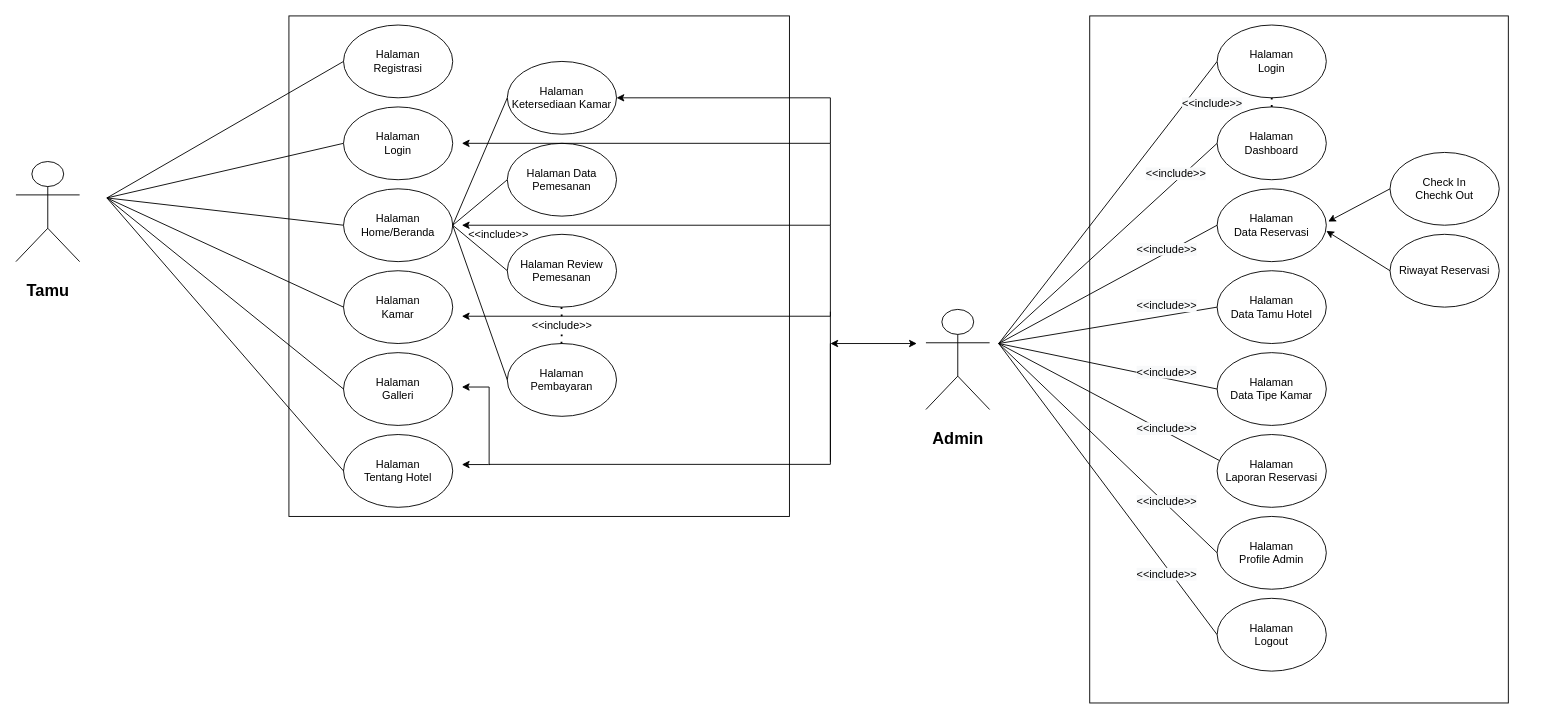
Before: MPA_TGS02_5190411571.drawio in WijayaHendy/http-purwandias.github.io, a draw.io diagram. Source tidied: cells renumbered, new cells numbered last; positions are measured from the earlier drawing's top-left corner, leaving out a move shared by most shapes. Both pictures are drawn from the tidied source at 91%, with x=0, y=0 at pixel (15, 15).
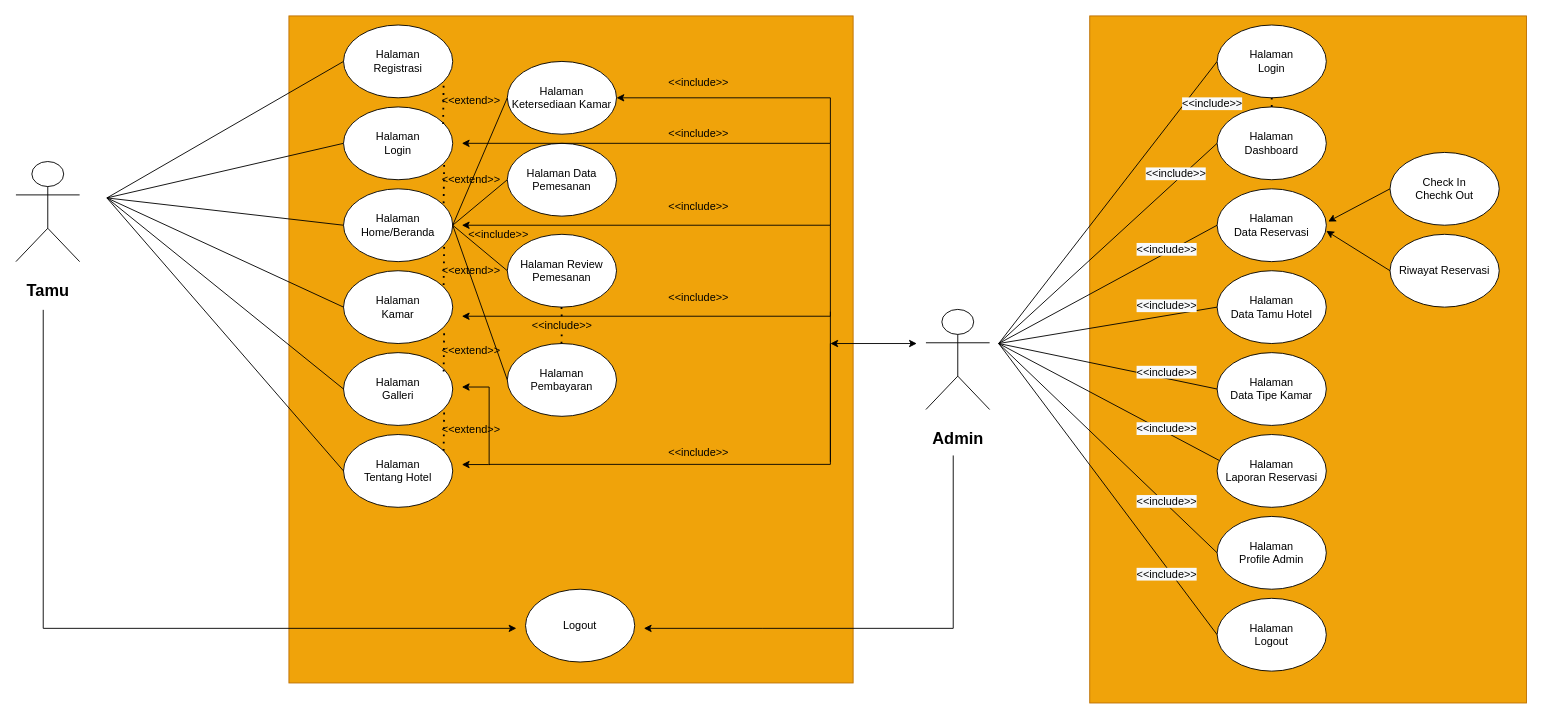
The same diagram, later.

Unchanged cells that the change refers to:
```xml
<mxCell id="8" value="Halaman&lt;br&gt;Login" style="ellipse;whiteSpace=wrap;html=1;" parent="1" vertex="1">
  <mxGeometry x="360" y="100" width="120" height="80" as="geometry" />
</mxCell>
```

What changed in the source:
```diff
@@
-    <mxCell id="2" style="whiteSpace=wrap;html=1;" parent="1" vertex="1">
-      <mxGeometry x="1180" width="460" height="755" as="geometry" />
+    <mxCell id="2" style="whiteSpace=wrap;html=1;fillColor=#f0a30a;strokeColor=#BD7000;fontColor=#ffffff;" parent="1" vertex="1">
+      <mxGeometry x="1180" width="480" height="755" as="geometry" />
     </mxCell>
-    <mxCell id="3" style="whiteSpace=wrap;html=1;" parent="1" vertex="1">
-      <mxGeometry x="300" width="550" height="550" as="geometry" />
+    <mxCell id="3" style="whiteSpace=wrap;html=1;fillColor=#f0a30a;strokeColor=#BD7000;fontColor=#ffffff;" parent="1" vertex="1">
+      <mxGeometry x="300" width="620" height="733" as="geometry" />
     </mxCell>
@@
+    <mxCell id="66" style="edgeStyle=orthogonalEdgeStyle;rounded=0;orthogonalLoop=1;jettySize=auto;html=1;" parent="1" edge="1">
+      <mxGeometry relative="1" as="geometry">
+        <mxPoint x="30" y="323" as="sourcePoint" />
+        <mxPoint x="550" y="673" as="targetPoint" />
+        <Array as="points">
+          <mxPoint x="30" y="673" />
+        </Array>
+      </mxGeometry>
+    </mxCell>
+    <mxCell id="67" style="edgeStyle=orthogonalEdgeStyle;rounded=0;orthogonalLoop=1;jettySize=auto;html=1;" parent="1" edge="1">
+      <mxGeometry relative="1" as="geometry">
+        <mxPoint x="1030" y="483" as="sourcePoint" />
+        <mxPoint x="690" y="673" as="targetPoint" />
+        <Array as="points">
+          <mxPoint x="1030" y="673" />
+          <mxPoint x="820" y="673" />
+        </Array>
+      </mxGeometry>
+    </mxCell>
+    <mxCell id="68" value="Logout" style="ellipse;whiteSpace=wrap;html=1;" parent="1" vertex="1">
+      <mxGeometry x="560" y="630" width="120" height="80" as="geometry" />
+    </mxCell>
+    <mxCell id="69" style="endArrow=none;dashed=1;html=1;dashPattern=1 3;strokeWidth=2;exitX=0.912;exitY=0.235;exitDx=0;exitDy=0;exitPerimeter=0;" parent="1" edge="1" source="8">
+      <mxGeometry relative="1" as="geometry">
+        <mxPoint x="470" y="73" as="targetPoint" />
+      </mxGeometry>
+    </mxCell>
+    <mxCell id="70" style="endArrow=none;dashed=1;html=1;dashPattern=1 3;strokeWidth=2;exitX=0.912;exitY=0.235;exitDx=0;exitDy=0;exitPerimeter=0;" parent="1" edge="1">
+      <mxGeometry relative="1" as="geometry">
+        <mxPoint x="470" y="205.8" as="sourcePoint" />
+        <mxPoint x="470.6" y="160" as="targetPoint" />
+      </mxGeometry>
+    </mxCell>
+    <mxCell id="71" style="endArrow=none;dashed=1;html=1;dashPattern=1 3;strokeWidth=2;exitX=0.912;exitY=0.235;exitDx=0;exitDy=0;exitPerimeter=0;" parent="1" edge="1">
+      <mxGeometry relative="1" as="geometry">
+        <mxPoint x="470" y="295.8" as="sourcePoint" />
+        <mxPoint x="470.6" y="250" as="targetPoint" />
+      </mxGeometry>
+    </mxCell>
+    <mxCell id="72" style="endArrow=none;dashed=1;html=1;dashPattern=1 3;strokeWidth=2;exitX=0.912;exitY=0.235;exitDx=0;exitDy=0;exitPerimeter=0;" parent="1" edge="1">
+      <mxGeometry relative="1" as="geometry">
+        <mxPoint x="470" y="390.8" as="sourcePoint" />
+        <mxPoint x="470.6" y="345" as="targetPoint" />
+      </mxGeometry>
+    </mxCell>
+    <mxCell id="73" style="endArrow=none;dashed=1;html=1;dashPattern=1 3;strokeWidth=2;exitX=0.912;exitY=0.235;exitDx=0;exitDy=0;exitPerimeter=0;" parent="1" edge="1">
+      <mxGeometry relative="1" as="geometry">
+        <mxPoint x="470" y="477.9" as="sourcePoint" />
+        <mxPoint x="470.6" y="432.1" as="targetPoint" />
+      </mxGeometry>
+    </mxCell>
+    <mxCell id="74" value="&amp;lt;&amp;lt;extend&amp;gt;&amp;gt;" style="text;html=1;align=center;verticalAlign=middle;" parent="1" vertex="1">
+      <mxGeometry x="460" y="83" width="80" height="20" as="geometry" />
+    </mxCell>
+    <mxCell id="75" value="&amp;lt;&amp;lt;extend&amp;gt;&amp;gt;" style="text;html=1;align=center;verticalAlign=middle;" parent="1" vertex="1">
+      <mxGeometry x="460" y="170" width="80" height="20" as="geometry" />
+    </mxCell>
+    <mxCell id="76" value="&amp;lt;&amp;lt;extend&amp;gt;&amp;gt;" style="text;html=1;align=center;verticalAlign=middle;" parent="1" vertex="1">
+      <mxGeometry x="460" y="270" width="80" height="20" as="geometry" />
+    </mxCell>
+    <mxCell id="77" value="&amp;lt;&amp;lt;extend&amp;gt;&amp;gt;" style="text;html=1;align=center;verticalAlign=middle;" parent="1" vertex="1">
+      <mxGeometry x="460" y="358" width="80" height="20" as="geometry" />
+    </mxCell>
+    <mxCell id="78" value="&amp;lt;&amp;lt;extend&amp;gt;&amp;gt;" style="text;html=1;align=center;verticalAlign=middle;" parent="1" vertex="1">
+      <mxGeometry x="460" y="445" width="80" height="20" as="geometry" />
+    </mxCell>
+    <mxCell id="79" value="&amp;lt;&amp;lt;include&amp;gt;&amp;gt;" style="text;html=1;align=center;verticalAlign=middle;" parent="1" vertex="1">
+      <mxGeometry x="710" y="63" width="80" height="20" as="geometry" />
+    </mxCell>
+    <mxCell id="80" value="&amp;lt;&amp;lt;include&amp;gt;&amp;gt;" style="text;html=1;align=center;verticalAlign=middle;" parent="1" vertex="1">
+      <mxGeometry x="710" y="120" width="80" height="20" as="geometry" />
+    </mxCell>
+    <mxCell id="81" value="&amp;lt;&amp;lt;include&amp;gt;&amp;gt;" style="text;html=1;align=center;verticalAlign=middle;" parent="1" vertex="1">
+      <mxGeometry x="710" y="200" width="80" height="20" as="geometry" />
+    </mxCell>
+    <mxCell id="82" value="&amp;lt;&amp;lt;include&amp;gt;&amp;gt;" style="text;html=1;align=center;verticalAlign=middle;" parent="1" vertex="1">
+      <mxGeometry x="710" y="300" width="80" height="20" as="geometry" />
+    </mxCell>
+    <mxCell id="83" value="&amp;lt;&amp;lt;include&amp;gt;&amp;gt;" style="text;html=1;align=center;verticalAlign=middle;" parent="1" vertex="1">
+      <mxGeometry x="710" y="470" width="80" height="20" as="geometry" />
+    </mxCell>
```
